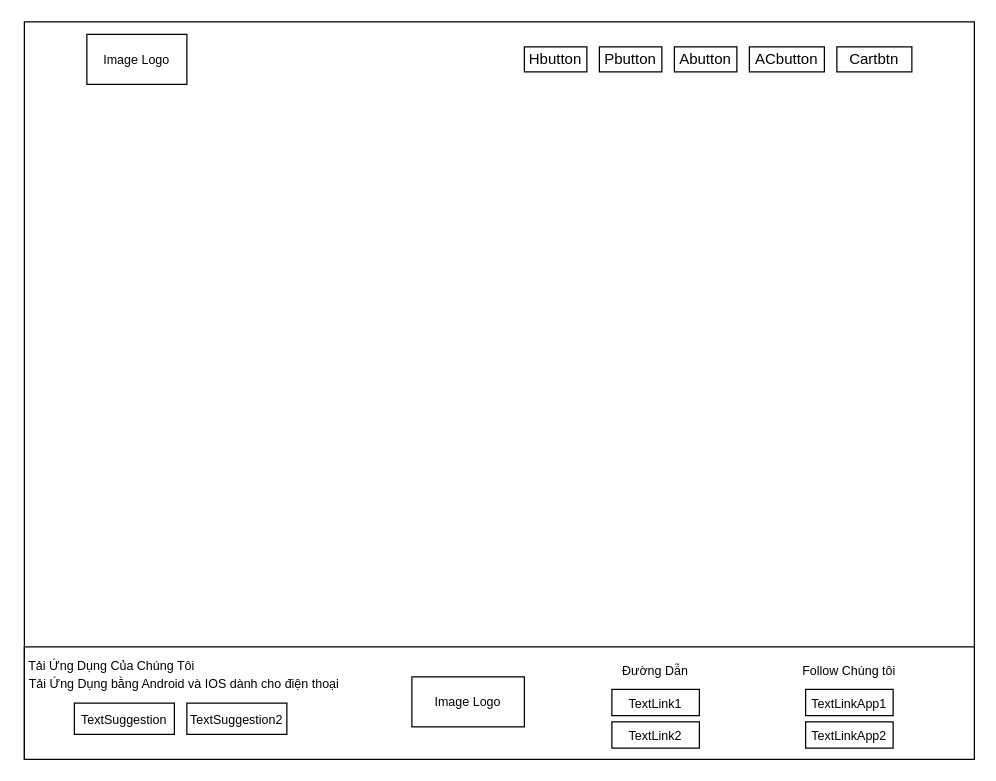
Above: San Pham view.drawio in haihak/haihak (draw.io), before the change. Source tidied: cells renumbered, new cells numbered last; positions are measured from the earlier drawing's top-left corner, leaving out a move shared by most shapes. Both pictures are drawn from the tidied source at 125%, with x=0, y=0 at pixel (21, 21).
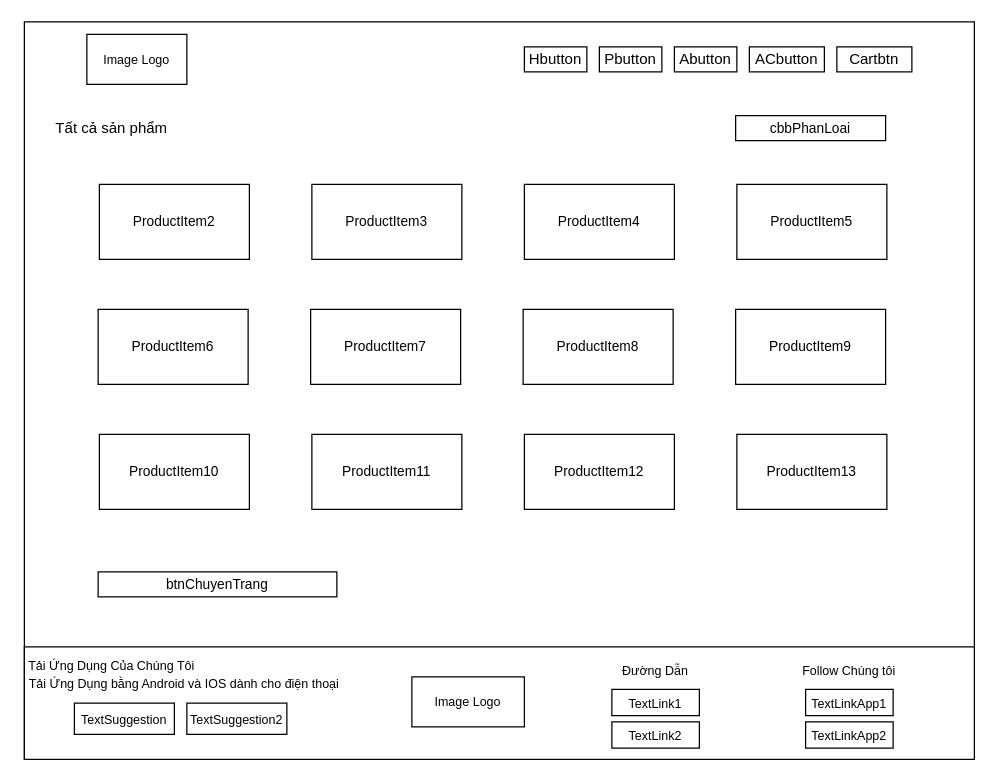
The same diagram, later.

The edit, as a diff of the source:
```diff
@@
+    <mxCell id="21" value="Tất cả sản phẩm" style="text;html=1;strokeColor=none;fillColor=none;align=center;verticalAlign=middle;whiteSpace=wrap;rounded=0;fontSize=12;" parent="1" vertex="1">
+      <mxGeometry x="22" y="70" width="100" height="30" as="geometry" />
+    </mxCell>
+    <mxCell id="22" value="cbbPhanLoai" style="rounded=0;whiteSpace=wrap;html=1;fontSize=11;" parent="1" vertex="1">
+      <mxGeometry x="571" y="75" width="120" height="20" as="geometry" />
+    </mxCell>
+    <mxCell id="23" value="ProductItem2" style="rounded=0;whiteSpace=wrap;html=1;fontSize=11;" parent="1" vertex="1">
+      <mxGeometry x="62" y="130" width="120" height="60" as="geometry" />
+    </mxCell>
+    <mxCell id="24" value="ProductItem3" style="rounded=0;whiteSpace=wrap;html=1;fontSize=11;" parent="1" vertex="1">
+      <mxGeometry x="232" y="130" width="120" height="60" as="geometry" />
+    </mxCell>
+    <mxCell id="25" value="ProductItem4" style="rounded=0;whiteSpace=wrap;html=1;fontSize=11;" parent="1" vertex="1">
+      <mxGeometry x="402" y="130" width="120" height="60" as="geometry" />
+    </mxCell>
+    <mxCell id="26" value="ProductItem5" style="rounded=0;whiteSpace=wrap;html=1;fontSize=11;" parent="1" vertex="1">
+      <mxGeometry x="572" y="130" width="120" height="60" as="geometry" />
+    </mxCell>
+    <mxCell id="27" value="ProductItem6" style="rounded=0;whiteSpace=wrap;html=1;fontSize=11;" parent="1" vertex="1">
+      <mxGeometry x="61" y="230" width="120" height="60" as="geometry" />
+    </mxCell>
+    <mxCell id="28" value="ProductItem7" style="rounded=0;whiteSpace=wrap;html=1;fontSize=11;" parent="1" vertex="1">
+      <mxGeometry x="231" y="230" width="120" height="60" as="geometry" />
+    </mxCell>
+    <mxCell id="29" value="ProductItem8" style="rounded=0;whiteSpace=wrap;html=1;fontSize=11;" parent="1" vertex="1">
+      <mxGeometry x="401" y="230" width="120" height="60" as="geometry" />
+    </mxCell>
+    <mxCell id="30" value="ProductItem9" style="rounded=0;whiteSpace=wrap;html=1;fontSize=11;" parent="1" vertex="1">
+      <mxGeometry x="571" y="230" width="120" height="60" as="geometry" />
+    </mxCell>
+    <mxCell id="31" value="ProductItem10" style="rounded=0;whiteSpace=wrap;html=1;fontSize=11;" parent="1" vertex="1">
+      <mxGeometry x="62" y="330" width="120" height="60" as="geometry" />
+    </mxCell>
+    <mxCell id="32" value="ProductItem11" style="rounded=0;whiteSpace=wrap;html=1;fontSize=11;" parent="1" vertex="1">
+      <mxGeometry x="232" y="330" width="120" height="60" as="geometry" />
+    </mxCell>
+    <mxCell id="33" value="ProductItem12" style="rounded=0;whiteSpace=wrap;html=1;fontSize=11;" parent="1" vertex="1">
+      <mxGeometry x="402" y="330" width="120" height="60" as="geometry" />
+    </mxCell>
+    <mxCell id="34" value="ProductItem13" style="rounded=0;whiteSpace=wrap;html=1;fontSize=11;" parent="1" vertex="1">
+      <mxGeometry x="572" y="330" width="120" height="60" as="geometry" />
+    </mxCell>
+    <mxCell id="35" value="btnChuyenTrang" style="rounded=0;whiteSpace=wrap;html=1;fontSize=11;" parent="1" vertex="1">
+      <mxGeometry x="61" y="440" width="191" height="20" as="geometry" />
+    </mxCell>
```
